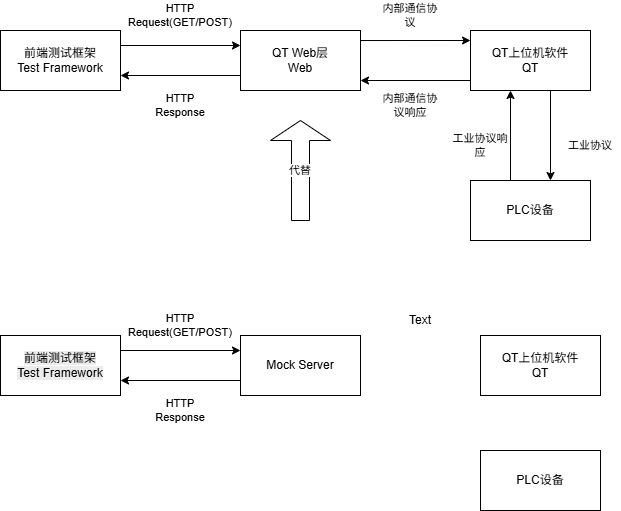
Taylor-Hu/python_code keeps this draw.io diagram as 前后端流程.drawio.png. Above is the earlier version. Source tidied: cells renumbered, new cells last; positions are measured from the earlier drawing's top-left corner, leaving out a move shared by most shapes.
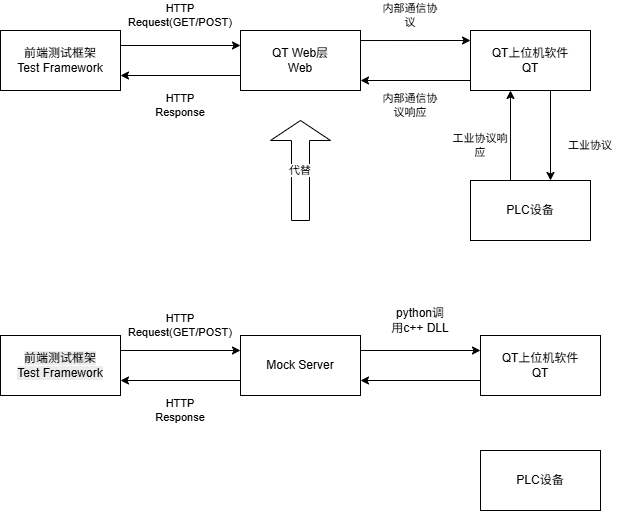
After the change.

Commit message:
更新前后端流程.drawio.png

The edit, as a diff of the source:
```diff
@@ -90,8 +90,18 @@
     <mxCell id="26" value="PLC设备" style="rounded=0;whiteSpace=wrap;html=1;" parent="1" vertex="1">
       <mxGeometry x="480" y="450" width="120" height="60" as="geometry" />
     </mxCell>
-    <mxCell id="27" value="Text" style="text;html=1;whiteSpace=wrap;strokeColor=none;fillColor=none;align=center;verticalAlign=middle;rounded=0;" parent="1" vertex="1">
+    <mxCell id="27" value="python调用c++ DLL" style="text;html=1;whiteSpace=wrap;strokeColor=none;fillColor=none;align=center;verticalAlign=middle;rounded=0;" parent="1" vertex="1">
       <mxGeometry x="390" y="305" width="60" height="30" as="geometry" />
     </mxCell>
+    <mxCell id="28" style="endArrow=classic;html=1;rounded=0;entryX=0;entryY=0.25;entryDx=0;entryDy=0;" parent="1" edge="1" target="25">
+      <mxGeometry relative="1" as="geometry">
+        <mxPoint x="360" y="350" as="sourcePoint" />
+      </mxGeometry>
+    </mxCell>
+    <mxCell id="29" style="endArrow=classic;html=1;rounded=0;exitX=0;exitY=0.75;exitDx=0;exitDy=0;" parent="1" edge="1" source="25">
+      <mxGeometry relative="1" as="geometry">
+        <mxPoint x="360" y="380" as="targetPoint" />
+      </mxGeometry>
+    </mxCell>
   </root>
 </mxGraphModel>
```
